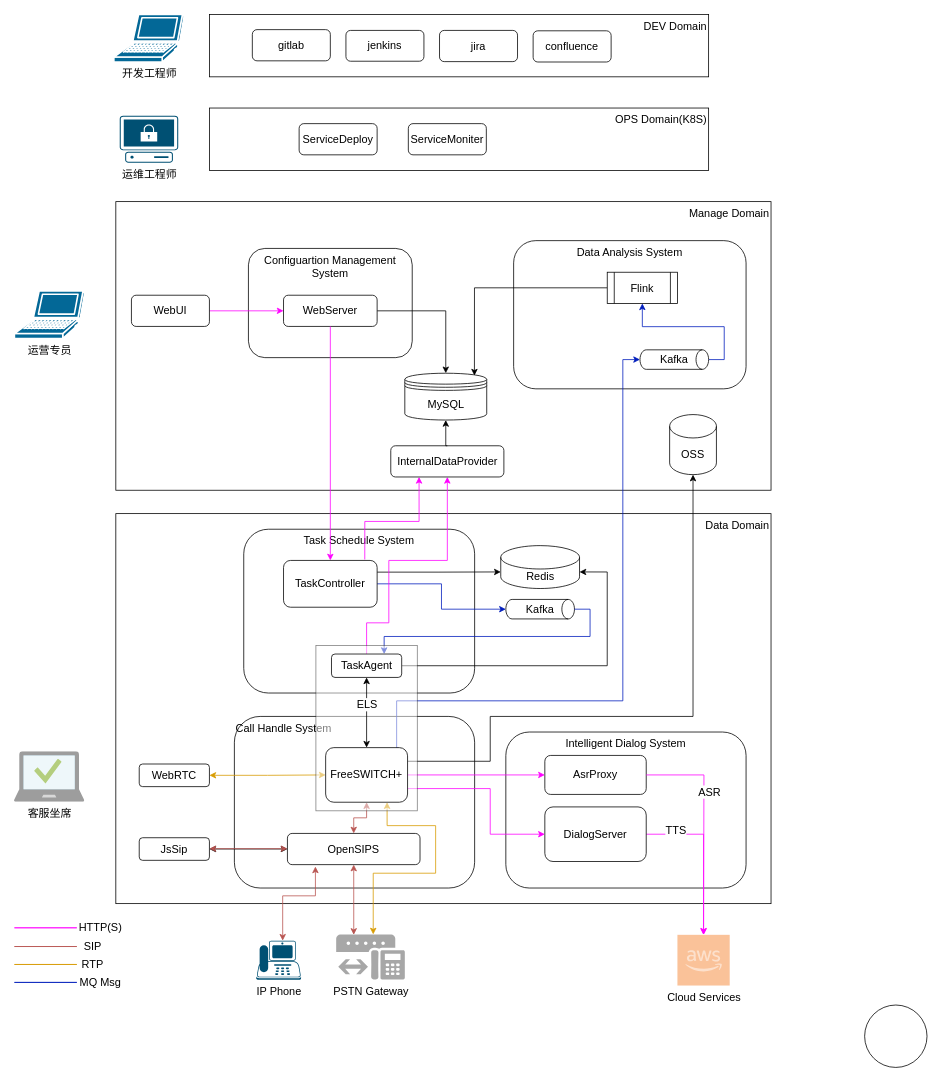
Earlier version of the draw.io diagram aicc_architecture.drawio (yinzhaoyang/caas). Source tidied: cells renumbered, new cells numbered last; positions are measured from the earlier drawing's top-left corner, leaving out a move shared by most shapes. Both pictures are drawn from the tidied source at 78%, with x=0, y=0 at pixel (14, 14).
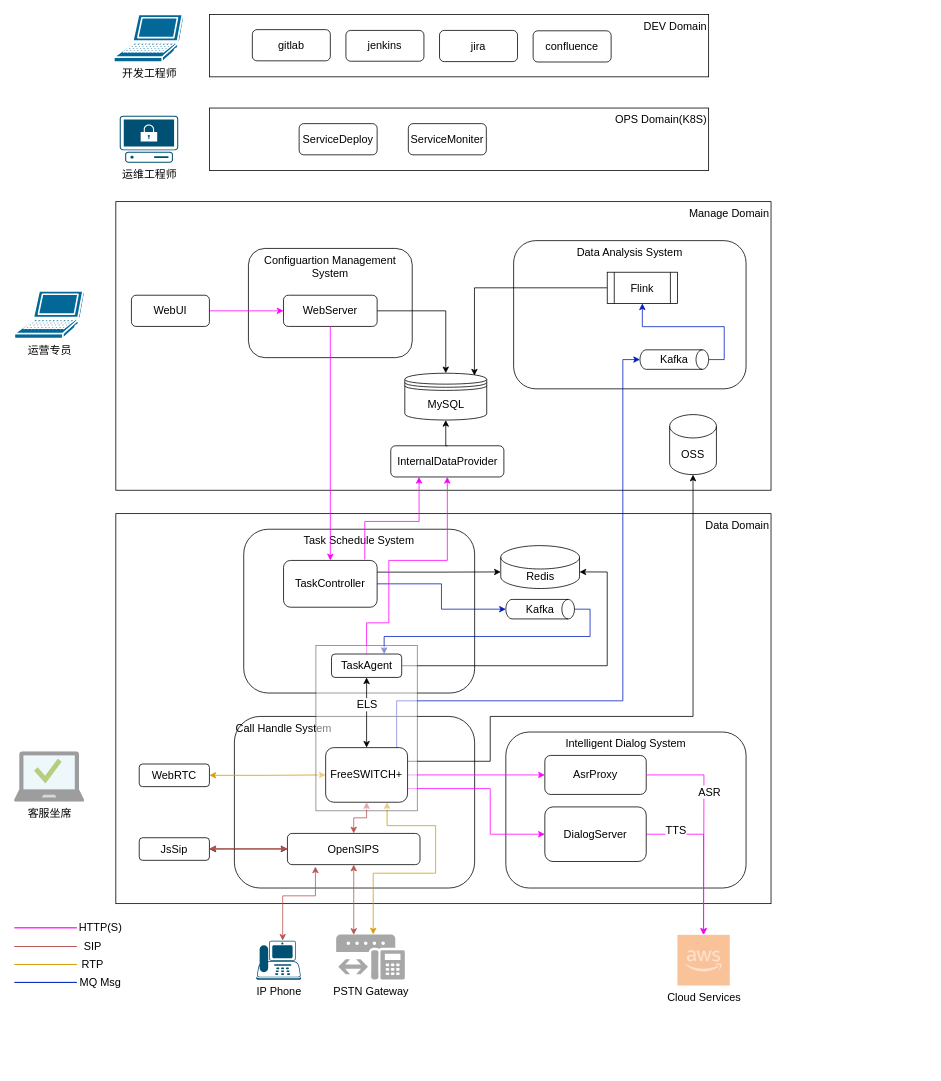
After the change.

Diff of the diagram source:
```diff
@@
-    <mxCell id="22" style="ellipse;whiteSpace=wrap;html=1;glass=0;sketch=0;fontSize=14;" parent="1" vertex="1">
-      <mxGeometry x="1090" y="1270" width="80" height="80" as="geometry" />
-    </mxCell>
```
